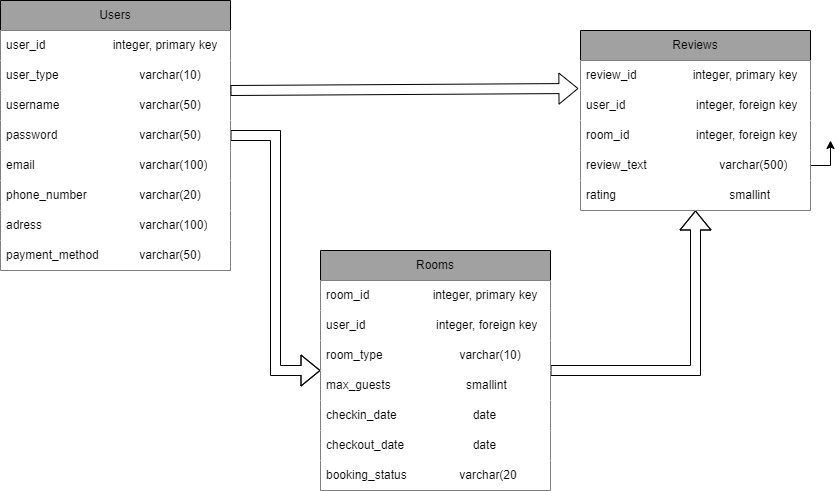
Earlier version of the draw.io export Lesson_16/Диаграмма без названия.drawio.png (alexsh2ko/prjctr_homevorks). Source tidied: cells renumbered, new cells last; positions are measured from the earlier drawing's top-left corner, leaving out a move shared by most shapes. Its diagram source:
```xml
<mxGraphModel>
  <root>
    <mxCell id="0" />
    <mxCell id="1" parent="0" />
    <mxCell id="2" style="edgeStyle=orthogonalEdgeStyle;rounded=0;jettySize=auto;html=1;shape=flexArrow;" parent="1" edge="1" source="3" target="13">
      <mxGeometry relative="1" as="geometry" />
    </mxCell>
    <mxCell id="3" value="Users" style="swimlane;fontStyle=0;horizontal=1;startSize=30;whiteSpace=wrap;html=1;fillColor=#a1a1a1;" parent="1" vertex="1">
      <mxGeometry width="230" height="270" as="geometry" />
    </mxCell>
    <mxCell id="4" value="&lt;div style=&quot;text-align: justify;&quot;&gt;&lt;span style=&quot;background-color: initial;&quot;&gt;user_id &lt;/span&gt;&lt;span style=&quot;background-color: initial; white-space: pre;&quot;&gt;&#9;&lt;/span&gt;&lt;span style=&quot;background-color: initial; white-space: pre;&quot;&gt;&#9;&lt;/span&gt;&lt;span style=&quot;background-color: initial; white-space: pre;&quot;&gt;&#9;&lt;/span&gt;&lt;span style=&quot;background-color: initial;&quot;&gt;integer, primary key&lt;/span&gt;&lt;/div&gt;" style="text;align=left;verticalAlign=middle;spacingLeft=4;spacingRight=4;overflow=hidden;whiteSpace=wrap;html=1;fillColor=#FFFFFF;" parent="3" vertex="1">
      <mxGeometry y="30" width="230" height="30" as="geometry" />
    </mxCell>
    <mxCell id="5" value="&lt;div style=&quot;text-align: justify;&quot;&gt;&lt;span style=&quot;background-color: initial;&quot;&gt;user_type &lt;span style=&quot;white-space: pre;&quot;&gt;&#9;&lt;/span&gt;&lt;span style=&quot;white-space: pre;&quot;&gt;&#9;&lt;/span&gt;&lt;span style=&quot;white-space: pre;&quot;&gt;&#9;&lt;/span&gt;varchar(10)&lt;/span&gt;&lt;/div&gt;" style="text;strokeColor=none;fillColor=#FFFFFF;align=left;verticalAlign=middle;spacingLeft=4;spacingRight=4;overflow=hidden;whiteSpace=wrap;html=1;" parent="3" vertex="1">
      <mxGeometry y="60" width="230" height="30" as="geometry" />
    </mxCell>
    <mxCell id="6" value="username&amp;nbsp; &amp;nbsp; &amp;nbsp; &amp;nbsp;&lt;span style=&quot;white-space: pre;&quot;&gt;&#9;&lt;/span&gt;&lt;span style=&quot;white-space: pre;&quot;&gt;&#9;&lt;/span&gt;&lt;span style=&quot;white-space: pre;&quot;&gt;&#9;&lt;/span&gt;varchar(50)" style="text;strokeColor=none;fillColor=#FFFFFF;align=left;verticalAlign=middle;spacingLeft=4;spacingRight=4;overflow=hidden;whiteSpace=wrap;html=1;" parent="3" vertex="1">
      <mxGeometry y="90" width="230" height="30" as="geometry" />
    </mxCell>
    <mxCell id="7" value="password &lt;span style=&quot;white-space: pre;&quot;&gt;&#9;&lt;/span&gt;&lt;span style=&quot;white-space: pre;&quot;&gt;&#9;&lt;/span&gt;&lt;span style=&quot;white-space: pre;&quot;&gt;&#9;&lt;/span&gt;varchar(50)" style="text;strokeColor=none;fillColor=#FFFFFF;align=left;verticalAlign=middle;spacingLeft=4;spacingRight=4;overflow=hidden;whiteSpace=wrap;html=1;" parent="3" vertex="1">
      <mxGeometry y="120" width="230" height="30" as="geometry" />
    </mxCell>
    <mxCell id="8" value="email &lt;span style=&quot;white-space: pre;&quot;&gt;&#9;&lt;/span&gt;&lt;span style=&quot;white-space: pre;&quot;&gt;&#9;&lt;/span&gt;&lt;span style=&quot;white-space: pre;&quot;&gt;&#9;&lt;/span&gt;&lt;span style=&quot;white-space: pre;&quot;&gt;&#9;&lt;/span&gt;varchar(100)" style="text;strokeColor=none;fillColor=#FFFFFF;align=left;verticalAlign=middle;spacingLeft=4;spacingRight=4;overflow=hidden;whiteSpace=wrap;html=1;" parent="3" vertex="1">
      <mxGeometry y="150" width="230" height="30" as="geometry" />
    </mxCell>
    <mxCell id="9" value="phone_number &lt;span style=&quot;white-space: pre;&quot;&gt;&#9;&lt;/span&gt;&lt;span style=&quot;white-space: pre;&quot;&gt;&#9;&lt;/span&gt;varchar(20)" style="text;strokeColor=none;fillColor=#FFFFFF;align=left;verticalAlign=middle;spacingLeft=4;spacingRight=4;overflow=hidden;whiteSpace=wrap;html=1;" parent="3" vertex="1">
      <mxGeometry y="180" width="230" height="30" as="geometry" />
    </mxCell>
    <mxCell id="10" value="adress&amp;nbsp;&lt;span style=&quot;white-space: pre;&quot;&gt;&#9;&lt;/span&gt;&lt;span style=&quot;white-space: pre;&quot;&gt;&#9;&lt;/span&gt;&lt;span style=&quot;white-space: pre;&quot;&gt;&#9;&lt;/span&gt;&lt;span style=&quot;white-space: pre;&quot;&gt;&#9;&lt;/span&gt;varchar(100)" style="text;strokeColor=none;fillColor=#FFFFFF;align=left;verticalAlign=middle;spacingLeft=4;spacingRight=4;overflow=hidden;whiteSpace=wrap;html=1;" parent="3" vertex="1">
      <mxGeometry y="210" width="230" height="30" as="geometry" />
    </mxCell>
    <mxCell id="11" value="payment_method &lt;span style=&quot;white-space: pre;&quot;&gt;&#9;&lt;/span&gt;&lt;span style=&quot;white-space: pre;&quot;&gt;&#9;&lt;/span&gt;varchar(50)" style="text;strokeColor=none;fillColor=#FFFFFF;align=left;verticalAlign=middle;spacingLeft=4;spacingRight=4;overflow=hidden;whiteSpace=wrap;html=1;" parent="3" vertex="1">
      <mxGeometry y="240" width="230" height="30" as="geometry" />
    </mxCell>
    <mxCell id="12" style="edgeStyle=orthogonalEdgeStyle;rounded=0;jettySize=auto;html=1;shape=flexArrow;fillColor=default;strokeColor=#000000;" parent="1" edge="1" source="13" target="21">
      <mxGeometry relative="1" as="geometry" />
    </mxCell>
    <mxCell id="13" value="Rooms" style="swimlane;fontStyle=0;horizontal=1;startSize=30;whiteSpace=wrap;html=1;fillColor=#a1a1a1;" parent="1" vertex="1">
      <mxGeometry x="320" y="250" width="230" height="240" as="geometry" />
    </mxCell>
    <mxCell id="14" value="&lt;div style=&quot;text-align: justify;&quot;&gt;&lt;span style=&quot;background-color: initial;&quot;&gt;room_id &lt;/span&gt;&lt;span style=&quot;background-color: initial; white-space: pre;&quot;&gt;&#9;&lt;/span&gt;&lt;span style=&quot;background-color: initial; white-space: pre;&quot;&gt;&#9;&lt;/span&gt;&lt;span style=&quot;background-color: initial; white-space: pre;&quot;&gt;&#9;&lt;/span&gt;&lt;span style=&quot;background-color: initial;&quot;&gt;integer, primary key&lt;/span&gt;&lt;/div&gt;" style="text;align=left;verticalAlign=middle;spacingLeft=4;spacingRight=4;overflow=hidden;whiteSpace=wrap;html=1;fillColor=#FFFFFF;" parent="13" vertex="1">
      <mxGeometry y="30" width="230" height="30" as="geometry" />
    </mxCell>
    <mxCell id="15" value="&lt;div style=&quot;text-align: justify;&quot;&gt;user_id&amp;nbsp;&lt;span style=&quot;&quot;&gt;&#9;&lt;span style=&quot;white-space: pre;&quot;&gt;&#9;&lt;/span&gt;&lt;span style=&quot;white-space: pre;&quot;&gt;&#9;&lt;/span&gt;&lt;span style=&quot;white-space: pre;&quot;&gt;&#9;&lt;/span&gt;&lt;/span&gt;&lt;span style=&quot;&quot;&gt;&#9;&lt;/span&gt;&lt;span style=&quot;&quot;&gt;&#9;&lt;/span&gt;&lt;span style=&quot;border-color: var(--border-color); background-color: initial;&quot;&gt;&#9;&lt;/span&gt;&lt;span style=&quot;border-color: var(--border-color); background-color: initial;&quot;&gt;&#9;&lt;/span&gt;&lt;span style=&quot;border-color: var(--border-color); background-color: initial;&quot;&gt;&#9;&lt;/span&gt;&lt;span style=&quot;border-color: var(--border-color); background-color: initial;&quot;&gt;integer, foreign key&lt;/span&gt;&lt;br&gt;&lt;/div&gt;" style="text;strokeColor=none;fillColor=#FFFFFF;align=left;verticalAlign=middle;spacingLeft=4;spacingRight=4;overflow=hidden;whiteSpace=wrap;html=1;" parent="13" vertex="1">
      <mxGeometry y="60" width="230" height="30" as="geometry" />
    </mxCell>
    <mxCell id="16" value="room_type &lt;span style=&quot;white-space: pre;&quot;&gt;&#9;&lt;/span&gt;&lt;span style=&quot;white-space: pre;&quot;&gt;&#9;&lt;/span&gt;&amp;nbsp; &amp;nbsp; &amp;nbsp; &amp;nbsp;&lt;span style=&quot;&quot;&gt;&#9;&lt;/span&gt;&lt;span style=&quot;&quot;&gt;&#9;&lt;/span&gt;&lt;span style=&quot;&quot;&gt;&#9;&lt;/span&gt;varchar(10)" style="text;strokeColor=none;fillColor=#FFFFFF;align=left;verticalAlign=middle;spacingLeft=4;spacingRight=4;overflow=hidden;whiteSpace=wrap;html=1;" parent="13" vertex="1">
      <mxGeometry y="90" width="230" height="30" as="geometry" />
    </mxCell>
    <mxCell id="17" value="max_guests&amp;nbsp;&lt;span style=&quot;&quot;&gt;&#9;&lt;span style=&quot;white-space: pre;&quot;&gt;&#9;&lt;/span&gt;&lt;span style=&quot;white-space: pre;&quot;&gt;&#9;&lt;/span&gt;&lt;span style=&quot;white-space: pre;&quot;&gt;&#9;&lt;/span&gt;&lt;/span&gt;&lt;span style=&quot;&quot;&gt;&amp;nbsp;&lt;/span&gt;&lt;span style=&quot;&quot;&gt;&#9;&lt;/span&gt;smallint" style="text;strokeColor=none;fillColor=#FFFFFF;align=left;verticalAlign=middle;spacingLeft=4;spacingRight=4;overflow=hidden;whiteSpace=wrap;html=1;" parent="13" vertex="1">
      <mxGeometry y="120" width="230" height="30" as="geometry" />
    </mxCell>
    <mxCell id="18" value="checkin_date &lt;span style=&quot;white-space: pre;&quot;&gt;&#9;&lt;/span&gt;&lt;span style=&quot;white-space: pre;&quot;&gt;&#9;&lt;/span&gt;&lt;span style=&quot;white-space: pre;&quot;&gt;&#9;&lt;/span&gt;&amp;nbsp; &amp;nbsp; date" style="text;strokeColor=none;fillColor=#FFFFFF;align=left;verticalAlign=middle;spacingLeft=4;spacingRight=4;overflow=hidden;whiteSpace=wrap;html=1;" parent="13" vertex="1">
      <mxGeometry y="150" width="230" height="30" as="geometry" />
    </mxCell>
    <mxCell id="19" value="checkout_date&amp;nbsp;&#9;&lt;span style=&quot;border-color: var(--border-color);&quot;&gt;&#9;&lt;/span&gt;&lt;span style=&quot;border-color: var(--border-color);&quot;&gt;&#9;&lt;/span&gt;&amp;nbsp; &amp;nbsp;&lt;span style=&quot;white-space: pre;&quot;&gt;&#9;&lt;/span&gt;&lt;span style=&quot;white-space: pre;&quot;&gt;&#9;&lt;/span&gt;&amp;nbsp; &amp;nbsp;&amp;nbsp;date" style="text;strokeColor=none;fillColor=#FFFFFF;align=left;verticalAlign=middle;spacingLeft=4;spacingRight=4;overflow=hidden;whiteSpace=wrap;html=1;" parent="13" vertex="1">
      <mxGeometry y="180" width="230" height="30" as="geometry" />
    </mxCell>
    <mxCell id="20" value="booking_status &lt;span style=&quot;white-space: pre;&quot;&gt;&#9;&lt;/span&gt;&lt;span style=&quot;white-space: pre;&quot;&gt;&#9;&lt;/span&gt;varchar(20" style="text;strokeColor=none;fillColor=#FFFFFF;align=left;verticalAlign=middle;spacingLeft=4;spacingRight=4;overflow=hidden;whiteSpace=wrap;html=1;" parent="13" vertex="1">
      <mxGeometry y="210" width="230" height="30" as="geometry" />
    </mxCell>
    <mxCell id="21" value="Reviews" style="swimlane;fontStyle=0;horizontal=1;startSize=30;whiteSpace=wrap;html=1;fillColor=#a1a1a1;" parent="1" vertex="1">
      <mxGeometry x="580" y="30" width="230" height="180" as="geometry" />
    </mxCell>
    <mxCell id="22" value="&lt;div style=&quot;text-align: justify;&quot;&gt;review_id &lt;span style=&quot;white-space: pre;&quot;&gt;&#9;&lt;/span&gt;&lt;span style=&quot;white-space: pre;&quot;&gt;&#9;&lt;/span&gt;integer, primary key&lt;br&gt;&lt;/div&gt;" style="text;align=left;verticalAlign=middle;spacingLeft=4;spacingRight=4;overflow=hidden;whiteSpace=wrap;html=1;fillColor=#FFFFFF;" parent="21" vertex="1">
      <mxGeometry y="30" width="230" height="30" as="geometry" />
    </mxCell>
    <mxCell id="23" value="&lt;div style=&quot;text-align: justify;&quot;&gt;user_id&amp;nbsp;&lt;span style=&quot;&quot;&gt;&#9;&lt;span style=&quot;white-space: pre;&quot;&gt;&#9;&lt;/span&gt;&lt;span style=&quot;white-space: pre;&quot;&gt;&#9;&lt;/span&gt;&lt;span style=&quot;white-space: pre;&quot;&gt;&#9;&lt;/span&gt;&lt;/span&gt;&lt;span style=&quot;&quot;&gt;&#9;&lt;/span&gt;&lt;span style=&quot;&quot;&gt;&#9;&lt;/span&gt;&lt;span style=&quot;border-color: var(--border-color); background-color: initial;&quot;&gt;&#9;&lt;/span&gt;&lt;span style=&quot;border-color: var(--border-color); background-color: initial;&quot;&gt;&#9;&lt;/span&gt;&lt;span style=&quot;border-color: var(--border-color); background-color: initial;&quot;&gt;&#9;&lt;/span&gt;&lt;span style=&quot;border-color: var(--border-color); background-color: initial;&quot;&gt;integer, foreign key&lt;/span&gt;&lt;br&gt;&lt;/div&gt;" style="text;strokeColor=none;fillColor=#FFFFFF;align=left;verticalAlign=middle;spacingLeft=4;spacingRight=4;overflow=hidden;points=[[0,0.5],[1,0.5]];portConstraint=eastwest;whiteSpace=wrap;html=1;" parent="21" vertex="1">
      <mxGeometry y="60" width="230" height="30" as="geometry" />
    </mxCell>
    <mxCell id="24" value="room_id&amp;nbsp;&lt;span style=&quot;border-color: var(--border-color); text-align: justify; background-color: initial;&quot;&gt;&#9;&lt;span style=&quot;white-space: pre;&quot;&gt;&#9;&lt;/span&gt;&lt;span style=&quot;white-space: pre;&quot;&gt;&#9;&lt;/span&gt;&lt;span style=&quot;white-space: pre;&quot;&gt;&#9;&lt;/span&gt;&lt;/span&gt;&lt;span style=&quot;border-color: var(--border-color); text-align: justify; background-color: initial;&quot;&gt;&#9;&lt;/span&gt;&lt;span style=&quot;border-color: var(--border-color); text-align: justify; background-color: initial;&quot;&gt;&#9;&lt;/span&gt;&lt;span style=&quot;border-color: var(--border-color); text-align: justify; background-color: initial;&quot;&gt;integer, foreign key&lt;/span&gt;" style="text;strokeColor=none;fillColor=#FFFFFF;align=left;verticalAlign=middle;spacingLeft=4;spacingRight=4;overflow=hidden;whiteSpace=wrap;html=1;" parent="21" vertex="1">
      <mxGeometry y="90" width="230" height="30" as="geometry" />
    </mxCell>
    <mxCell id="25" style="edgeStyle=orthogonalEdgeStyle;rounded=0;jettySize=auto;html=1;exitX=1;exitY=0.5;exitDx=0;exitDy=0;" parent="21" edge="1" source="26">
      <mxGeometry relative="1" as="geometry">
        <mxPoint x="250" y="110" as="targetPoint" />
      </mxGeometry>
    </mxCell>
    <mxCell id="26" value="review_text &lt;span style=&quot;white-space: pre;&quot;&gt;&#9;&lt;/span&gt;&lt;span style=&quot;white-space: pre;&quot;&gt;&#9;&lt;/span&gt;&lt;span style=&quot;white-space: pre;&quot;&gt;&#9;&lt;/span&gt;varchar(500)" style="text;strokeColor=none;fillColor=#FFFFFF;align=left;verticalAlign=middle;spacingLeft=4;spacingRight=4;overflow=hidden;points=[[0,0.5],[1,0.5]];portConstraint=eastwest;whiteSpace=wrap;html=1;" parent="21" vertex="1">
      <mxGeometry y="120" width="230" height="30" as="geometry" />
    </mxCell>
    <mxCell id="27" value="rating &lt;span style=&quot;white-space: pre;&quot;&gt;&#9;&lt;/span&gt;&lt;span style=&quot;white-space: pre;&quot;&gt;&#9;&lt;/span&gt;&lt;span style=&quot;white-space: pre;&quot;&gt;&#9;&lt;/span&gt;&lt;span style=&quot;white-space: pre;&quot;&gt;&#9;&lt;/span&gt;&amp;nbsp; &amp;nbsp;smallint" style="text;strokeColor=none;fillColor=#FFFFFF;align=left;verticalAlign=middle;spacingLeft=4;spacingRight=4;overflow=hidden;whiteSpace=wrap;html=1;" parent="21" vertex="1">
      <mxGeometry y="150" width="230" height="30" as="geometry" />
    </mxCell>
    <mxCell id="28" style="shape=flexArrow;endArrow=classic;html=1;rounded=0;entryX=-0.009;entryY=-0.067;entryDx=0;entryDy=0;entryPerimeter=0;" parent="1" edge="1" target="23">
      <mxGeometry relative="1" as="geometry">
        <mxPoint x="230" y="90" as="sourcePoint" />
      </mxGeometry>
    </mxCell>
  </root>
</mxGraphModel>
```
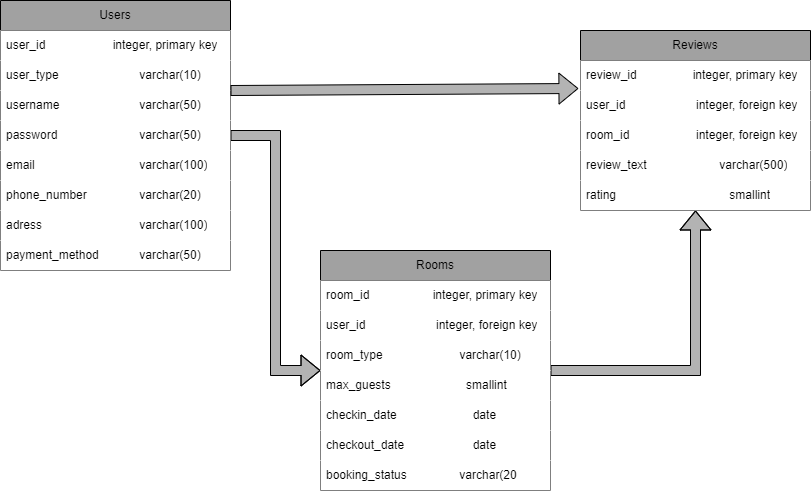
After the change.

What changed in the source:
```diff
@@ -2,7 +2,7 @@
   <root>
     <mxCell id="0" />
     <mxCell id="1" parent="0" />
-    <mxCell id="2" style="edgeStyle=orthogonalEdgeStyle;rounded=0;jettySize=auto;html=1;shape=flexArrow;" parent="1" edge="1" source="3" target="13">
+    <mxCell id="2" style="edgeStyle=orthogonalEdgeStyle;rounded=0;jettySize=auto;html=1;shape=flexArrow;strokeColor=#000000;fillColor=#B3B3B3;" parent="1" edge="1" source="3" target="13">
       <mxGeometry relative="1" as="geometry" />
     </mxCell>
     <mxCell id="3" value="Users" style="swimlane;fontStyle=0;horizontal=1;startSize=30;whiteSpace=wrap;html=1;fillColor=#a1a1a1;" parent="1" vertex="1">
@@ -32,7 +32,7 @@
     <mxCell id="11" value="payment_method &lt;span style=&quot;white-space: pre;&quot;&gt;&#9;&lt;/span&gt;&lt;span style=&quot;white-space: pre;&quot;&gt;&#9;&lt;/span&gt;varchar(50)" style="text;strokeColor=none;fillColor=#FFFFFF;align=left;verticalAlign=middle;spacingLeft=4;spacingRight=4;overflow=hidden;whiteSpace=wrap;html=1;" parent="3" vertex="1">
       <mxGeometry y="240" width="230" height="30" as="geometry" />
     </mxCell>
-    <mxCell id="12" style="edgeStyle=orthogonalEdgeStyle;rounded=0;jettySize=auto;html=1;shape=flexArrow;fillColor=default;strokeColor=#000000;" parent="1" edge="1" source="13" target="21">
+    <mxCell id="12" style="edgeStyle=orthogonalEdgeStyle;rounded=0;jettySize=auto;html=1;shape=flexArrow;fillColor=#B3B3B3;strokeColor=#000000;" parent="1" edge="1" source="13" target="21">
       <mxGeometry relative="1" as="geometry" />
     </mxCell>
     <mxCell id="13" value="Rooms" style="swimlane;fontStyle=0;horizontal=1;startSize=30;whiteSpace=wrap;html=1;fillColor=#a1a1a1;" parent="1" vertex="1">
@@ -71,18 +71,13 @@
     <mxCell id="24" value="room_id&amp;nbsp;&lt;span style=&quot;border-color: var(--border-color); text-align: justify; background-color: initial;&quot;&gt;&#9;&lt;span style=&quot;white-space: pre;&quot;&gt;&#9;&lt;/span&gt;&lt;span style=&quot;white-space: pre;&quot;&gt;&#9;&lt;/span&gt;&lt;span style=&quot;white-space: pre;&quot;&gt;&#9;&lt;/span&gt;&lt;/span&gt;&lt;span style=&quot;border-color: var(--border-color); text-align: justify; background-color: initial;&quot;&gt;&#9;&lt;/span&gt;&lt;span style=&quot;border-color: var(--border-color); text-align: justify; background-color: initial;&quot;&gt;&#9;&lt;/span&gt;&lt;span style=&quot;border-color: var(--border-color); text-align: justify; background-color: initial;&quot;&gt;integer, foreign key&lt;/span&gt;" style="text;strokeColor=none;fillColor=#FFFFFF;align=left;verticalAlign=middle;spacingLeft=4;spacingRight=4;overflow=hidden;whiteSpace=wrap;html=1;" parent="21" vertex="1">
       <mxGeometry y="90" width="230" height="30" as="geometry" />
     </mxCell>
-    <mxCell id="25" style="edgeStyle=orthogonalEdgeStyle;rounded=0;jettySize=auto;html=1;exitX=1;exitY=0.5;exitDx=0;exitDy=0;" parent="21" edge="1" source="26">
-      <mxGeometry relative="1" as="geometry">
-        <mxPoint x="250" y="110" as="targetPoint" />
-      </mxGeometry>
-    </mxCell>
     <mxCell id="26" value="review_text &lt;span style=&quot;white-space: pre;&quot;&gt;&#9;&lt;/span&gt;&lt;span style=&quot;white-space: pre;&quot;&gt;&#9;&lt;/span&gt;&lt;span style=&quot;white-space: pre;&quot;&gt;&#9;&lt;/span&gt;varchar(500)" style="text;strokeColor=none;fillColor=#FFFFFF;align=left;verticalAlign=middle;spacingLeft=4;spacingRight=4;overflow=hidden;points=[[0,0.5],[1,0.5]];portConstraint=eastwest;whiteSpace=wrap;html=1;" parent="21" vertex="1">
       <mxGeometry y="120" width="230" height="30" as="geometry" />
     </mxCell>
     <mxCell id="27" value="rating &lt;span style=&quot;white-space: pre;&quot;&gt;&#9;&lt;/span&gt;&lt;span style=&quot;white-space: pre;&quot;&gt;&#9;&lt;/span&gt;&lt;span style=&quot;white-space: pre;&quot;&gt;&#9;&lt;/span&gt;&lt;span style=&quot;white-space: pre;&quot;&gt;&#9;&lt;/span&gt;&amp;nbsp; &amp;nbsp;smallint" style="text;strokeColor=none;fillColor=#FFFFFF;align=left;verticalAlign=middle;spacingLeft=4;spacingRight=4;overflow=hidden;whiteSpace=wrap;html=1;" parent="21" vertex="1">
       <mxGeometry y="150" width="230" height="30" as="geometry" />
     </mxCell>
-    <mxCell id="28" style="shape=flexArrow;endArrow=classic;html=1;rounded=0;entryX=-0.009;entryY=-0.067;entryDx=0;entryDy=0;entryPerimeter=0;" parent="1" edge="1" target="23">
+    <mxCell id="28" style="shape=flexArrow;endArrow=classic;html=1;rounded=0;entryX=-0.009;entryY=-0.067;entryDx=0;entryDy=0;entryPerimeter=0;fillColor=#B3B3B3;" parent="1" edge="1" target="23">
       <mxGeometry relative="1" as="geometry">
         <mxPoint x="230" y="90" as="sourcePoint" />
       </mxGeometry>
```
